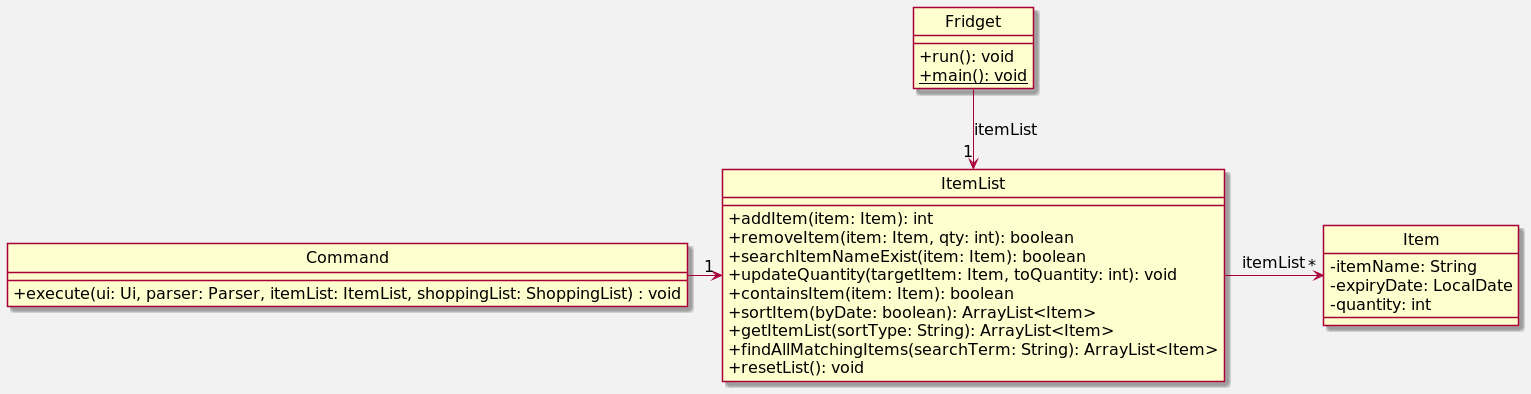
The PlantUML diagram docs/umlDiagrams/ItemListClassDiagrams.png in uosjapuelks/tp, before a commit. The source it was exported from:
```plantuml
@startuml
skinparam classAttributeIconSize 0
skinparam backgroundColor #f2f2f2
skinparam defaultFontSize 16
hide circle

ItemList "1" <-up- Fridget : itemList
ItemList "1" <-left- Command
Item "*" <-left- ItemList : itemList

class ItemList {
    + addItem(item: Item): int
    + removeItem(item: Item, qty: int): boolean
    + searchItemNameExist(item: Item): boolean
    + updateQuantity(targetItem: Item, toQuantity: int): void
    + containsItem(item: Item): boolean
    + sortItem(byDate: boolean): ArrayList<Item>
    + getItemList(sortType: String): ArrayList<Item>
    + findAllMatchingItems(searchTerm: String): ArrayList<Item>
    + resetList(): void
}

class Item {
    - itemName: String
    - expiryDate: LocalDate
    - quantity: int
}

class Command {
    + execute(ui: Ui, parser: Parser, itemList: ItemList, shoppingList: ShoppingList) : void
}

class Fridget {
    + run(): void
    + {static} main(): void
}

@enduml
```
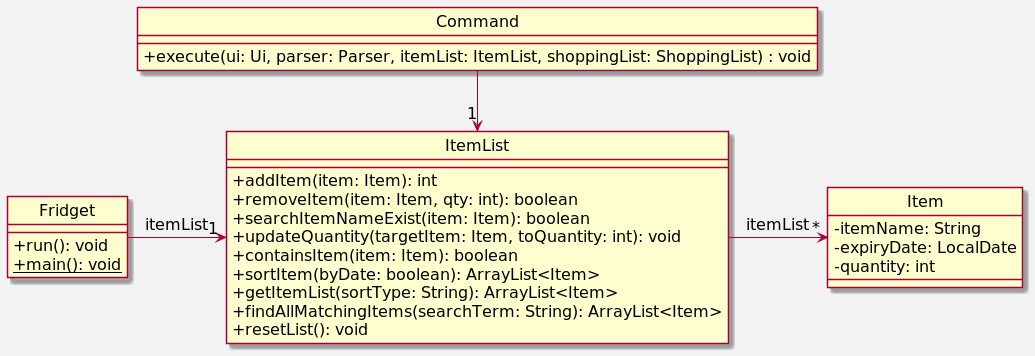
The same file after the commit.

The edit, as a diff of the source:
```diff
@@ -4,8 +4,8 @@
 skinparam defaultFontSize 16
 hide circle
 
-ItemList "1" <-up- Fridget : itemList
-ItemList "1" <-left- Command
+ItemList "1" <-left- Fridget : itemList
+ItemList "1" <-up- Command
 Item "*" <-left- ItemList : itemList
 
 class ItemList {
```
